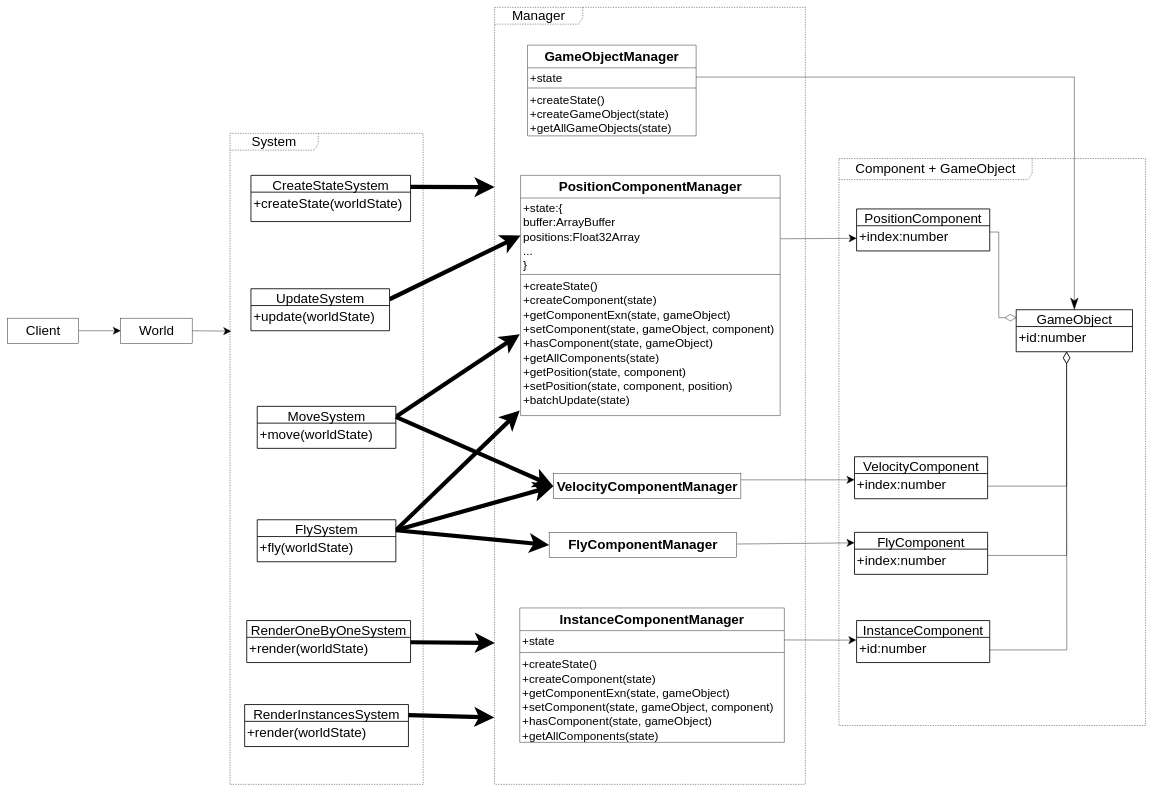
Above: packages/ECS模式/story_improve/UML.drawio in yyc-git/3DProgramPattern (draw.io), before the change. Source tidied: cells renumbered, new cells numbered last; positions are measured from the earlier drawing's top-left corner, leaving out a move shared by most shapes. Both pictures are drawn from the tidied source at 42%, with x=0, y=0 at pixel (7, 7).
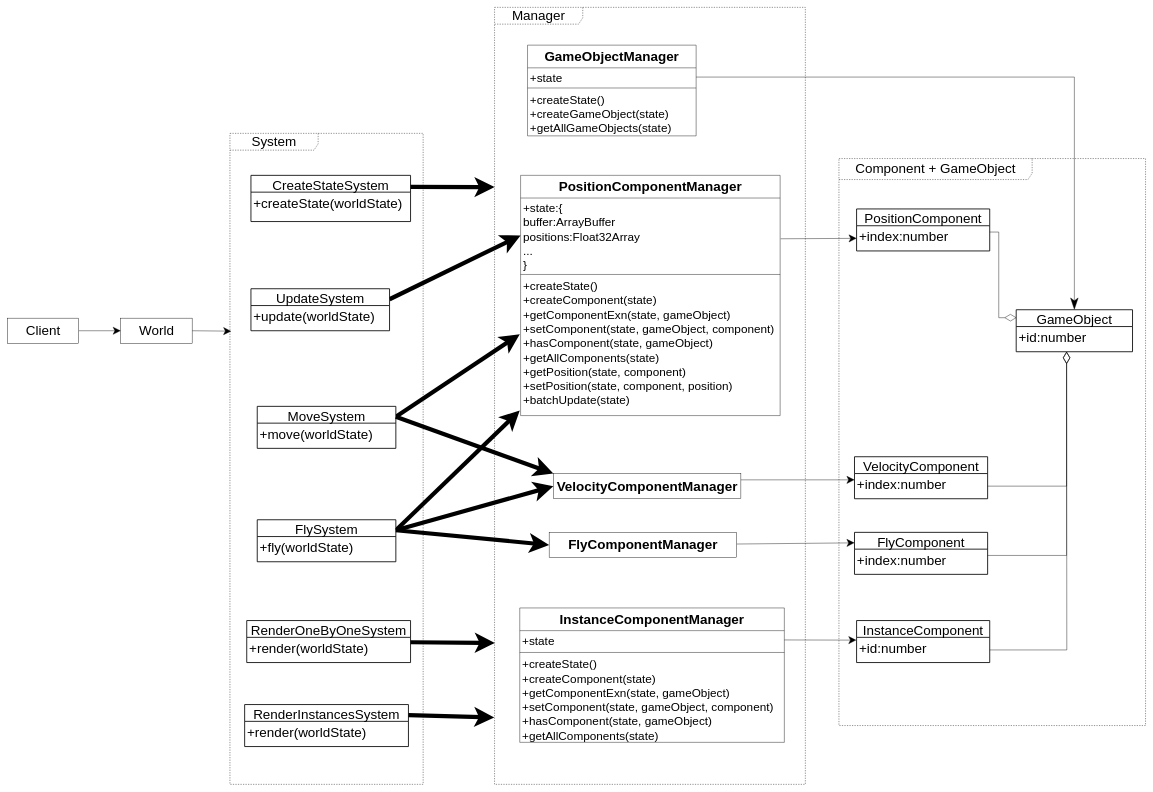
The same diagram, later.

The change refers to these unchanged cells:
```xml
<mxCell id="33" value="&lt;span style=&quot;font-weight: 700&quot;&gt;VelocityComponentManager&lt;/span&gt;" style="html=1;fontSize=32;" parent="1" vertex="1">
  <mxGeometry x="1300" y="1110" width="446.5" height="60" as="geometry" />
</mxCell>
<mxCell id="45" value="MoveSystem" style="swimlane;horizontal=1;startSize=40;rounded=0;fontSize=32;fontStyle=0;strokeWidth=2;shadow=0;dashed=0;align=center;" parent="1" vertex="1">
  <mxGeometry x="595" y="950" width="330" height="100" as="geometry" />
</mxCell>
```

What changed in the source:
```diff
@@
-    <mxCell id="52" style="edgeStyle=none;rounded=0;jettySize=auto;html=1;entryX=0;entryY=0.5;entryDx=0;entryDy=0;startArrow=none;startFill=0;endArrow=classic;endFill=1;startSize=16;endSize=16;exitX=1;exitY=0.25;exitDx=0;exitDy=0;fillColor=#d5e8d4;strokeWidth=10;" parent="1" edge="1" source="45" target="33">
+    <mxCell id="52" style="edgeStyle=none;rounded=0;jettySize=auto;html=1;entryX=0;entryY=0;entryDx=0;entryDy=0;startArrow=none;startFill=0;endArrow=classic;endFill=1;startSize=16;endSize=16;exitX=1;exitY=0.25;exitDx=0;exitDy=0;fillColor=#d5e8d4;strokeWidth=10;" parent="1" edge="1" source="45" target="33">
       <mxGeometry relative="1" as="geometry" />
     </mxCell>
```
